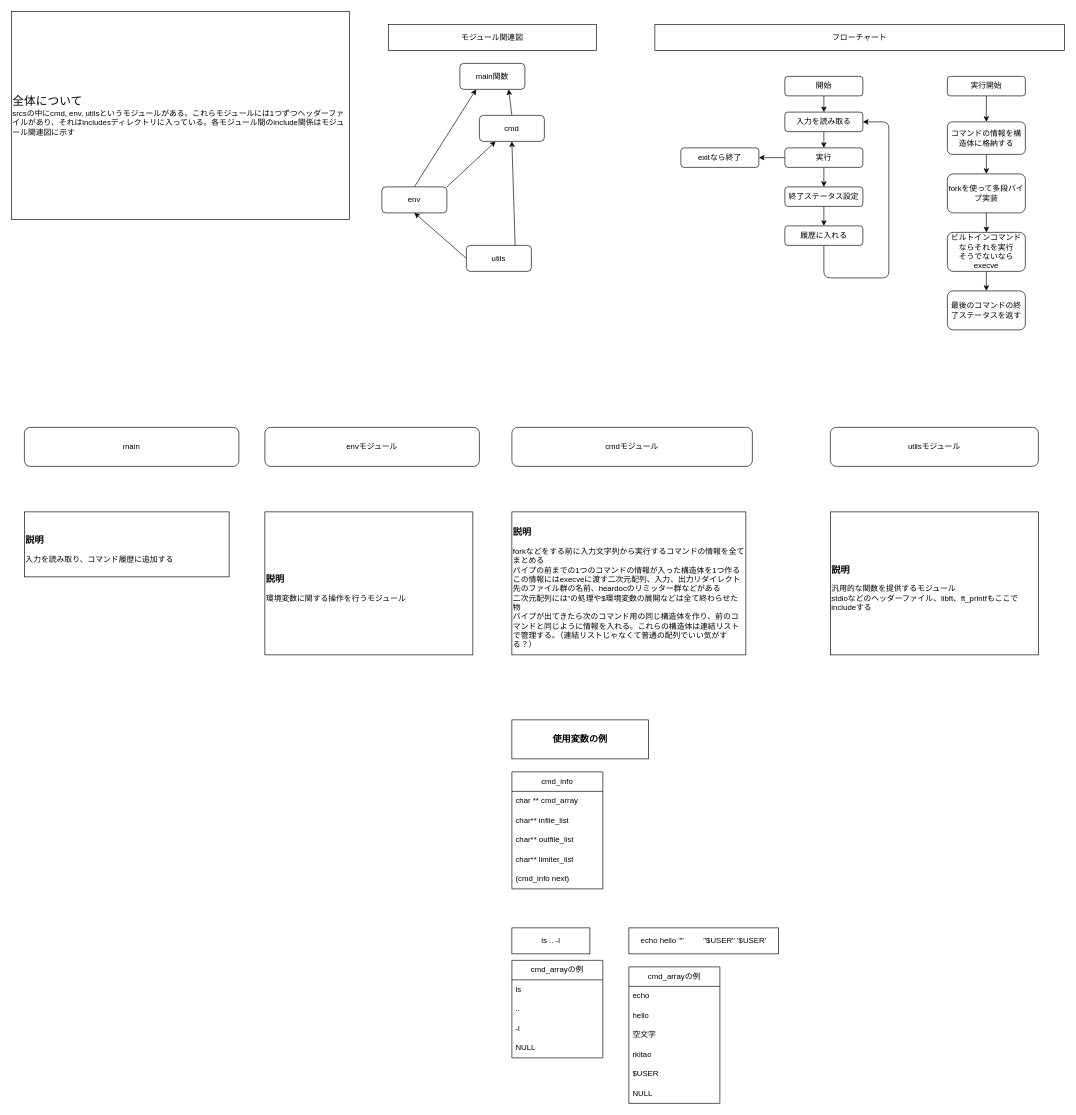
Above: design.drawio in rk0730/minishell (draw.io), before the change. Source tidied: cells renumbered, new cells numbered last; positions are measured from the earlier drawing's top-left corner, leaving out a move shared by most shapes. Both pictures are drawn from the tidied source at 65%, with x=0, y=0 at pixel (11, 11).
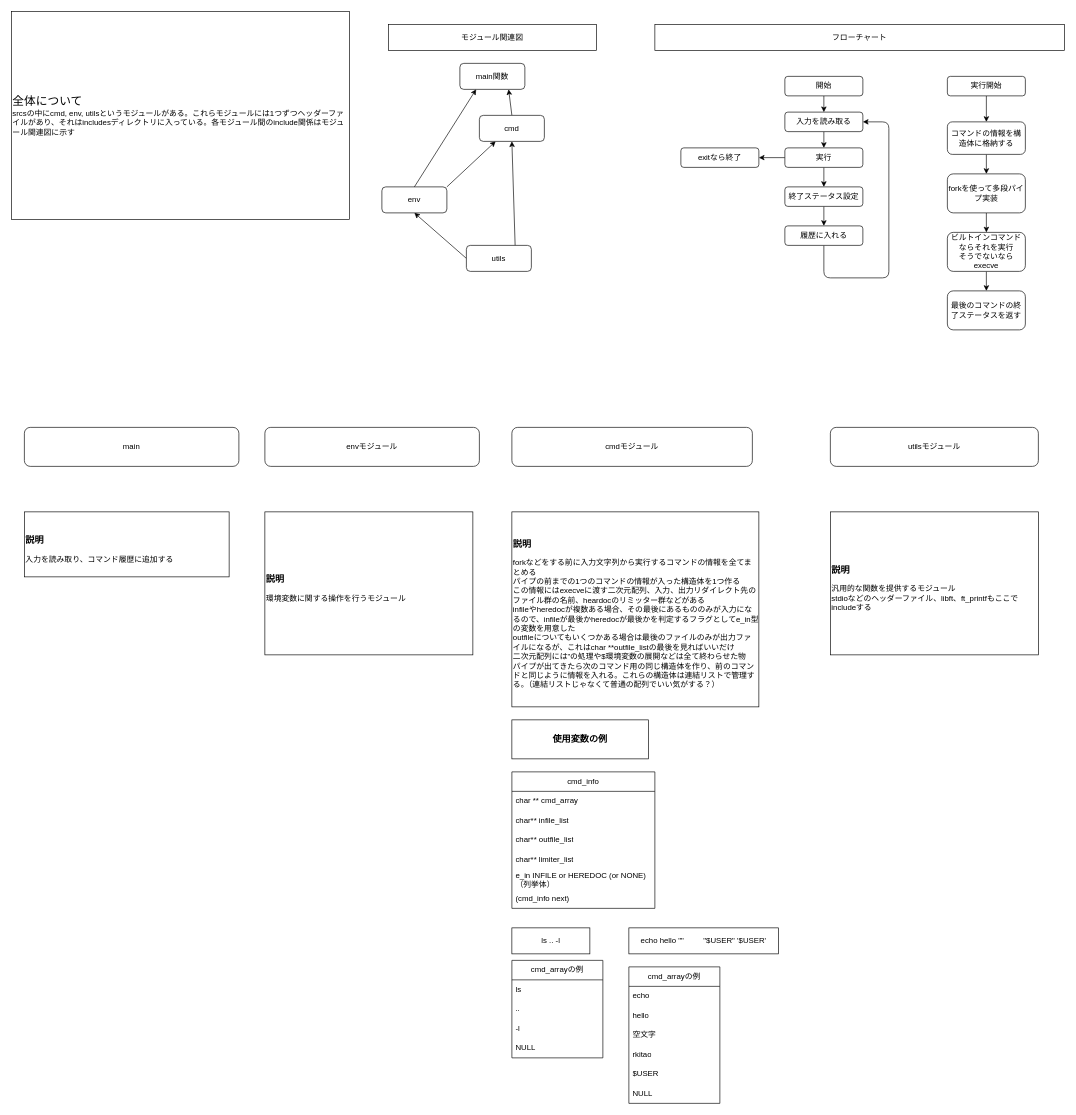
Above is the later version.

Commit message:
cmd 設計変更

What changed in the source:
```diff
@@
-    <mxCell id="5" value="&lt;h3&gt;説明&lt;/h3&gt;forkなどをする前に入力文字列から実行するコマンドの情報を全てまとめる&lt;br&gt;パイプの前までの1つのコマンドの情報が入った構造体を1つ作る&lt;br&gt;この情報にはexecveに渡す二次元配列、入力、出力リダイレクト先のファイル群の名前、heardocのリミッター群などがある&lt;br&gt;二次元配列には”の処理や$環境変数の展開などは全て終わらせた物&lt;br&gt;パイプが出てきたら次のコマンド用の同じ構造体を作り、前のコマンドと同じように情報を入れる。これらの構造体は連結リストで管理する。（連結リストじゃなくて普通の配列でいい気がする？）" style="rounded=0;whiteSpace=wrap;html=1;align=left;" parent="1" vertex="1">
-      <mxGeometry x="770" y="770" width="360" height="220" as="geometry" />
+    <mxCell id="5" value="&lt;h3&gt;説明&lt;/h3&gt;forkなどをする前に入力文字列から実行するコマンドの情報を全てまとめる&lt;br&gt;パイプの前までの1つのコマンドの情報が入った構造体を1つ作る&lt;br&gt;この情報にはexecveに渡す二次元配列、入力、出力リダイレクト先のファイル群の名前、heardocのリミッター群などがある&lt;br&gt;infileやheredocが複数ある場合、その最後にあるもののみが入力になるので、infileが最後かheredocが最後かを判定するフラグとしてe_in型の変数を用意した&lt;br&gt;outfileについてもいくつかある場合は最後のファイルのみが出力ファイルになるが、これはchar **outfile_listの最後を見ればいいだけ&lt;br&gt;二次元配列には”の処理や$環境変数の展開などは全て終わらせた物&lt;br&gt;パイプが出てきたら次のコマンド用の同じ構造体を作り、前のコマンドと同じように情報を入れる。これらの構造体は連結リストで管理する。（連結リストじゃなくて普通の配列でいい気がする？）" style="rounded=0;whiteSpace=wrap;html=1;align=left;" parent="1" vertex="1">
+      <mxGeometry x="770" y="770" width="380" height="300" as="geometry" />
     </mxCell>
     <mxCell id="6" value="cmd_info" style="swimlane;fontStyle=0;horizontal=1;startSize=30;whiteSpace=wrap;html=1;" parent="1" vertex="1">
-      <mxGeometry x="770" y="1170" width="140" height="180" as="geometry" />
+      <mxGeometry x="770" y="1170" width="220" height="210" as="geometry" />
     </mxCell>
     <mxCell id="7" value="char ** cmd_array" style="text;strokeColor=none;fillColor=none;align=left;verticalAlign=middle;spacingLeft=4;spacingRight=4;overflow=hidden;whiteSpace=wrap;html=1;" parent="6" vertex="1">
-      <mxGeometry y="30" width="140" height="30" as="geometry" />
+      <mxGeometry y="30" width="220" height="30" as="geometry" />
     </mxCell>
     <mxCell id="8" value="char** infile_list" style="text;strokeColor=none;fillColor=none;align=left;verticalAlign=middle;spacingLeft=4;spacingRight=4;overflow=hidden;whiteSpace=wrap;html=1;" parent="6" vertex="1">
-      <mxGeometry y="60" width="140" height="30" as="geometry" />
+      <mxGeometry y="60" width="220" height="30" as="geometry" />
     </mxCell>
     <mxCell id="9" value="char** outfile_list" style="text;strokeColor=none;fillColor=none;align=left;verticalAlign=middle;spacingLeft=4;spacingRight=4;overflow=hidden;whiteSpace=wrap;html=1;" parent="6" vertex="1">
-      <mxGeometry y="90" width="140" height="30" as="geometry" />
+      <mxGeometry y="90" width="220" height="30" as="geometry" />
     </mxCell>
     <mxCell id="10" value="char** limiter_list" style="text;strokeColor=none;fillColor=none;align=left;verticalAlign=middle;spacingLeft=4;spacingRight=4;overflow=hidden;whiteSpace=wrap;html=1;" parent="6" vertex="1">
-      <mxGeometry y="120" width="140" height="30" as="geometry" />
+      <mxGeometry y="120" width="220" height="30" as="geometry" />
     </mxCell>
+    <mxCell id="64" value="e_in INFILE or HEREDOC (or NONE)（列挙体）&amp;nbsp;" style="text;strokeColor=none;fillColor=none;align=left;verticalAlign=middle;spacingLeft=4;spacingRight=4;overflow=hidden;whiteSpace=wrap;html=1;" parent="6" vertex="1">
+      <mxGeometry y="150" width="220" height="30" as="geometry" />
+    </mxCell>
     <mxCell id="11" value="(cmd_info next)" style="text;strokeColor=none;fillColor=none;align=left;verticalAlign=middle;spacingLeft=4;spacingRight=4;overflow=hidden;whiteSpace=wrap;html=1;" parent="6" vertex="1">
-      <mxGeometry y="150" width="140" height="30" as="geometry" />
+      <mxGeometry y="180" width="220" height="30" as="geometry" />
     </mxCell>
```
